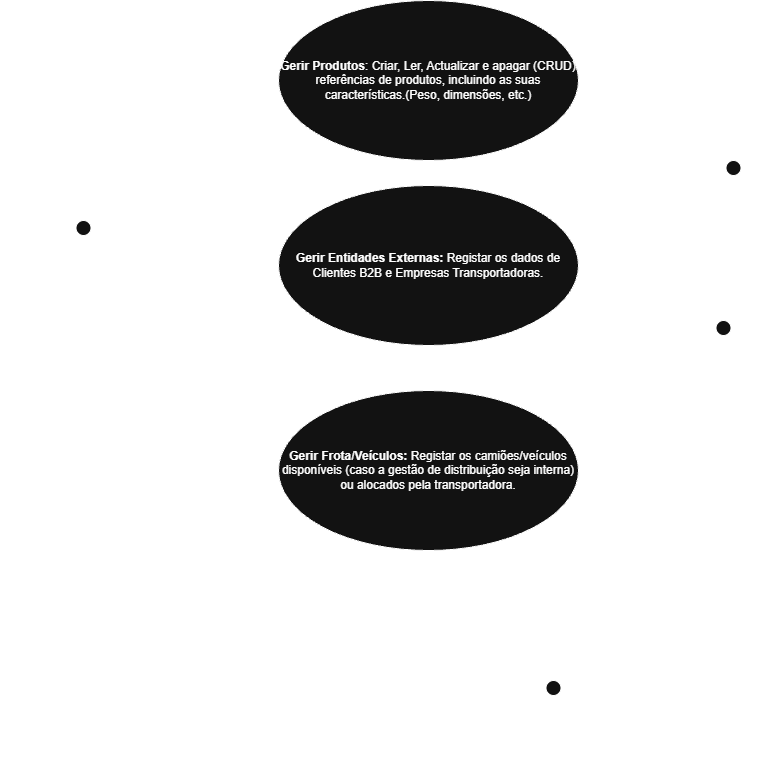
This is Gestão_Base.drawio.png from WKGama99/Iesi-projeto-gustavo-guilherme, a draw.io export, as it was before one commit. Source tidied: cells renumbered, new cells last; positions are measured from the earlier drawing's top-left corner, leaving out a move shared by most shapes. Its diagram source:
```xml
<mxGraphModel>
  <root>
    <mxCell id="0" />
    <mxCell id="1" parent="0" />
    <mxCell id="2" style="edgeStyle=orthogonalEdgeStyle;rounded=0;jettySize=auto;html=1;entryX=1;entryY=0.5;entryDx=0;entryDy=0;" parent="1" edge="1" source="13" target="4">
      <mxGeometry relative="1" as="geometry" />
    </mxCell>
    <mxCell id="3" style="edgeStyle=orthogonalEdgeStyle;rounded=0;jettySize=auto;html=1;exitX=0;exitY=1;exitDx=0;exitDy=0;exitPerimeter=0;entryX=1;entryY=0.5;entryDx=0;entryDy=0;" parent="1" edge="1" source="13" target="6">
      <mxGeometry relative="1" as="geometry" />
    </mxCell>
    <mxCell id="4" value="&lt;b&gt;Gerir Produtos&lt;/b&gt;: Criar, Ler, Actualizar e apagar (CRUD) referências de produtos, incluindo as suas características.(Peso, dimensões, etc.)" style="ellipse;whiteSpace=wrap;html=1;" parent="1" vertex="1">
      <mxGeometry x="210" width="300" height="160" as="geometry" />
    </mxCell>
    <mxCell id="5" value="Actor" style="shape=umlActor;verticalLabelPosition=bottom;verticalAlign=top;html=1;" parent="1" vertex="1">
      <mxGeometry x="470" y="680" width="30" height="60" as="geometry" />
    </mxCell>
    <mxCell id="6" value="&lt;b&gt;Gerir Entidades Externas:&lt;/b&gt; Registar os dados de Clientes B2B e Empresas Transportadoras." style="ellipse;whiteSpace=wrap;html=1;" parent="1" vertex="1">
      <mxGeometry x="210" y="185" width="300" height="160" as="geometry" />
    </mxCell>
    <mxCell id="7" style="edgeStyle=orthogonalEdgeStyle;rounded=0;jettySize=auto;html=1;exitX=0.5;exitY=0.5;exitDx=0;exitDy=0;exitPerimeter=0;entryX=0;entryY=0.5;entryDx=0;entryDy=0;" parent="1" edge="1" source="9" target="6">
      <mxGeometry relative="1" as="geometry" />
    </mxCell>
    <mxCell id="8" style="edgeStyle=orthogonalEdgeStyle;rounded=0;jettySize=auto;html=1;exitX=1;exitY=1;exitDx=0;exitDy=0;exitPerimeter=0;entryX=0;entryY=0.5;entryDx=0;entryDy=0;" parent="1" edge="1" source="9" target="10">
      <mxGeometry relative="1" as="geometry" />
    </mxCell>
    <mxCell id="9" value="Gestor da empresa de logística" style="shape=umlActor;verticalLabelPosition=bottom;verticalAlign=top;html=1;" parent="1" vertex="1">
      <mxGeometry y="220" width="30" height="60" as="geometry" />
    </mxCell>
    <mxCell id="10" value="&lt;b&gt;Gerir Frota/Veículos:&lt;/b&gt; Registar os camiões/veículos disponíveis (caso a gestão de distribuição seja interna) ou alocados pela transportadora." style="ellipse;whiteSpace=wrap;html=1;" parent="1" vertex="1">
      <mxGeometry x="210" y="390" width="300" height="160" as="geometry" />
    </mxCell>
    <mxCell id="11" style="edgeStyle=orthogonalEdgeStyle;rounded=0;jettySize=auto;html=1;exitX=0.5;exitY=0.5;exitDx=0;exitDy=0;exitPerimeter=0;entryX=1;entryY=1;entryDx=0;entryDy=0;" parent="1" edge="1" source="12" target="6">
      <mxGeometry relative="1" as="geometry" />
    </mxCell>
    <mxCell id="12" value="Cliente&lt;div&gt;&lt;br&gt;&lt;/div&gt;" style="shape=umlActor;verticalLabelPosition=bottom;verticalAlign=top;html=1;" parent="1" vertex="1">
      <mxGeometry x="640" y="320" width="30" height="60" as="geometry" />
    </mxCell>
    <mxCell id="13" value="Utilizador&lt;div&gt;&lt;br&gt;&lt;/div&gt;" style="shape=umlActor;verticalLabelPosition=bottom;verticalAlign=top;html=1;" parent="1" vertex="1">
      <mxGeometry x="650" y="160" width="30" height="60" as="geometry" />
    </mxCell>
  </root>
</mxGraphModel>
```
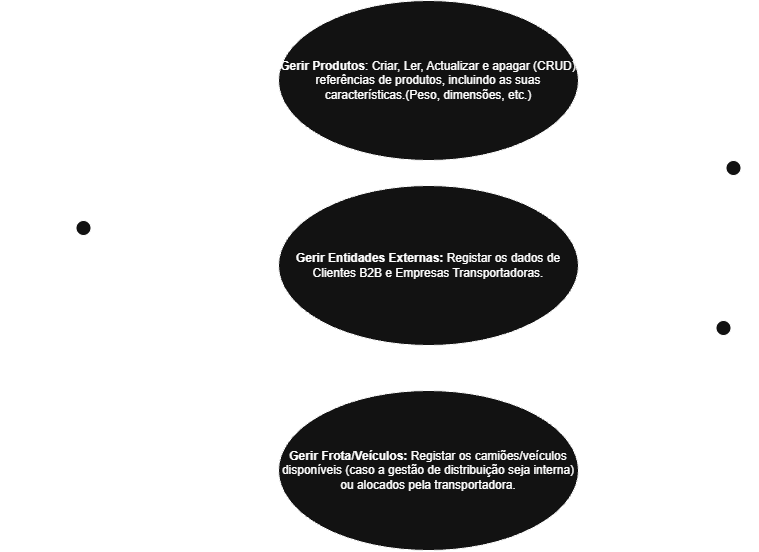
The same diagram one commit later.

Diff of the diagram source:
```diff
@@ -11,9 +11,6 @@
     <mxCell id="4" value="&lt;b&gt;Gerir Produtos&lt;/b&gt;: Criar, Ler, Actualizar e apagar (CRUD) referências de produtos, incluindo as suas características.(Peso, dimensões, etc.)" style="ellipse;whiteSpace=wrap;html=1;" parent="1" vertex="1">
       <mxGeometry x="210" width="300" height="160" as="geometry" />
     </mxCell>
-    <mxCell id="5" value="Actor" style="shape=umlActor;verticalLabelPosition=bottom;verticalAlign=top;html=1;" parent="1" vertex="1">
-      <mxGeometry x="470" y="680" width="30" height="60" as="geometry" />
-    </mxCell>
     <mxCell id="6" value="&lt;b&gt;Gerir Entidades Externas:&lt;/b&gt; Registar os dados de Clientes B2B e Empresas Transportadoras." style="ellipse;whiteSpace=wrap;html=1;" parent="1" vertex="1">
       <mxGeometry x="210" y="185" width="300" height="160" as="geometry" />
     </mxCell>
```
